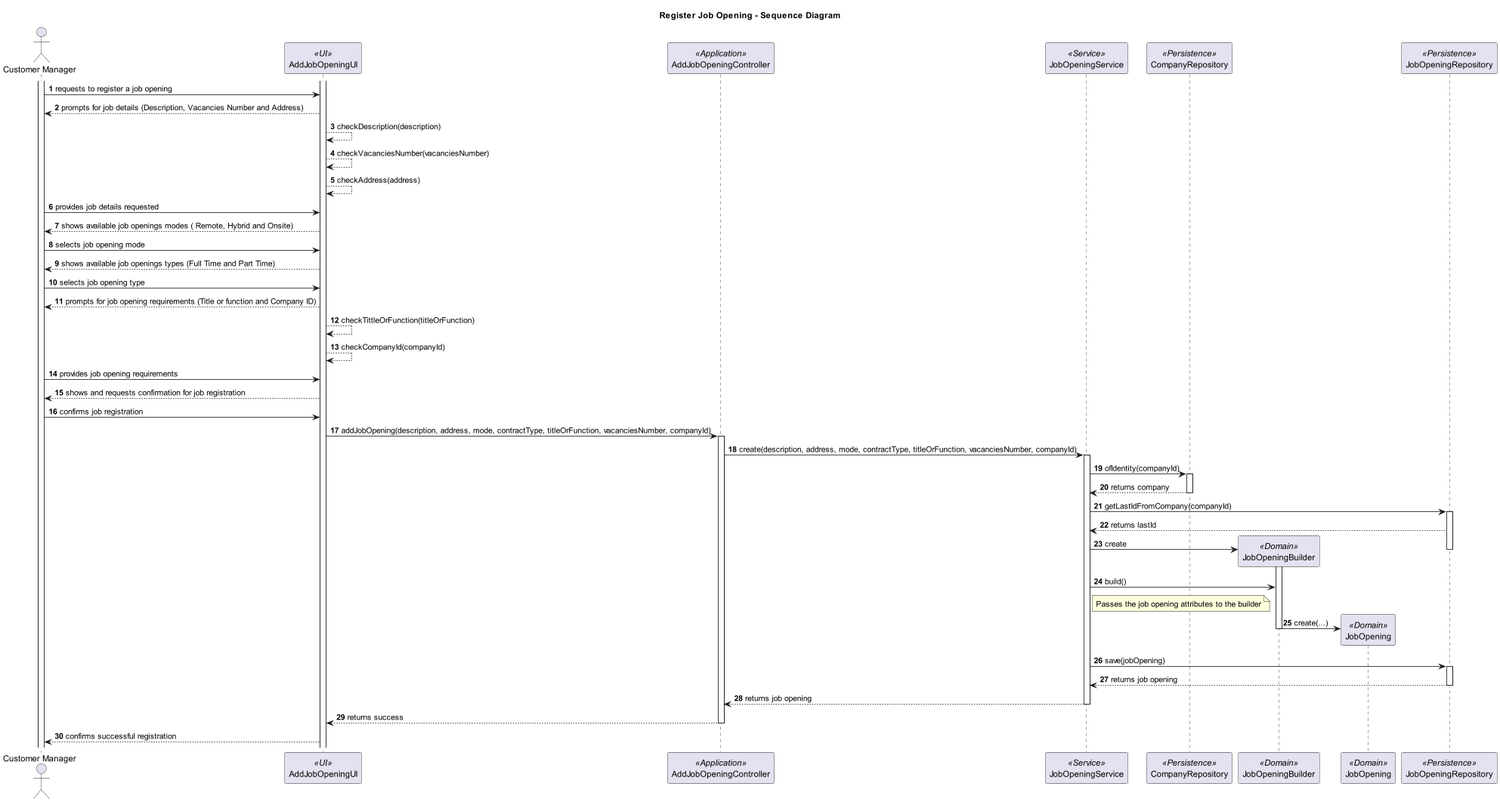
This is docs/sprintB/1002/svg/1002-sequence-diagram-Register_Job_Opening___Sequence_Diagram.png from marcoferreira37/Lapr4, a PlantUML export, as it was before one commit.
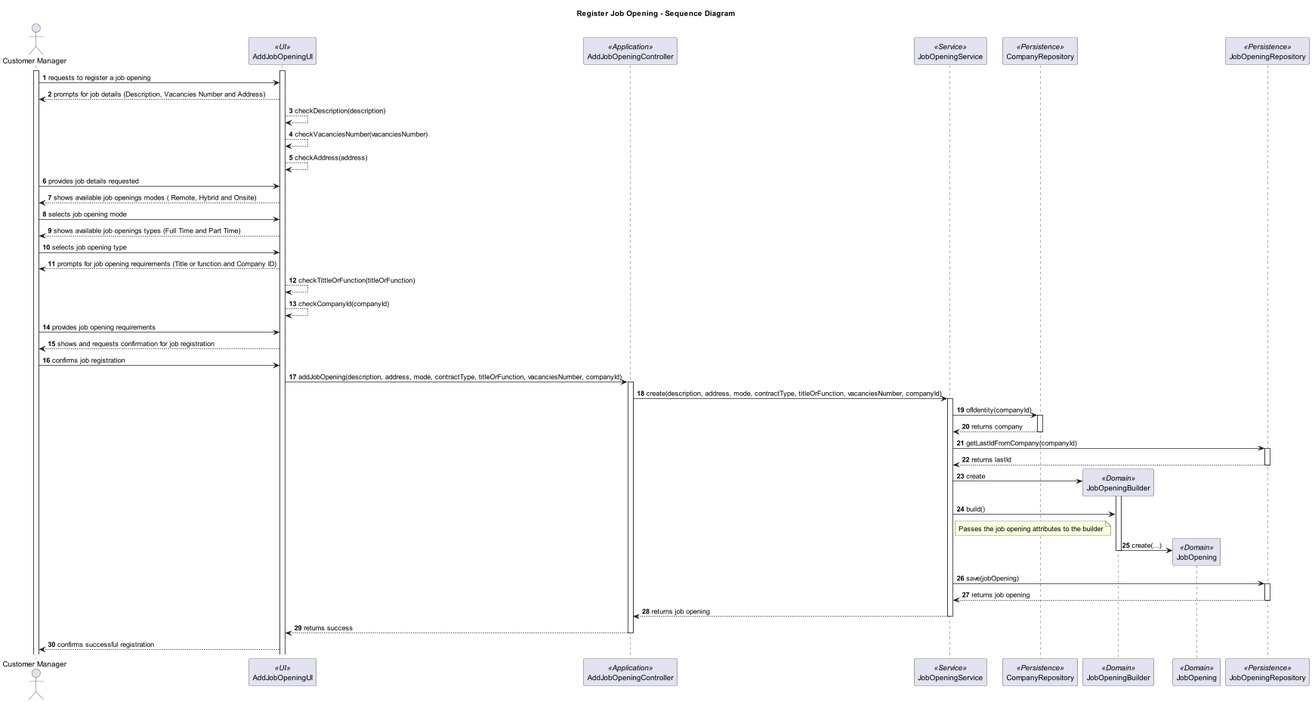
Later version of the same file.

Commit message:
#16 [1002] Fix of the sequence diagram

Diff of the diagram source:
```diff
@@ -70,10 +70,11 @@
 
 JRepo --> JS: returns lastId
 
+deactivate JRepo
+
 JS -> JB**: create
 
 
-deactivate JRepo
 
 
 
```
